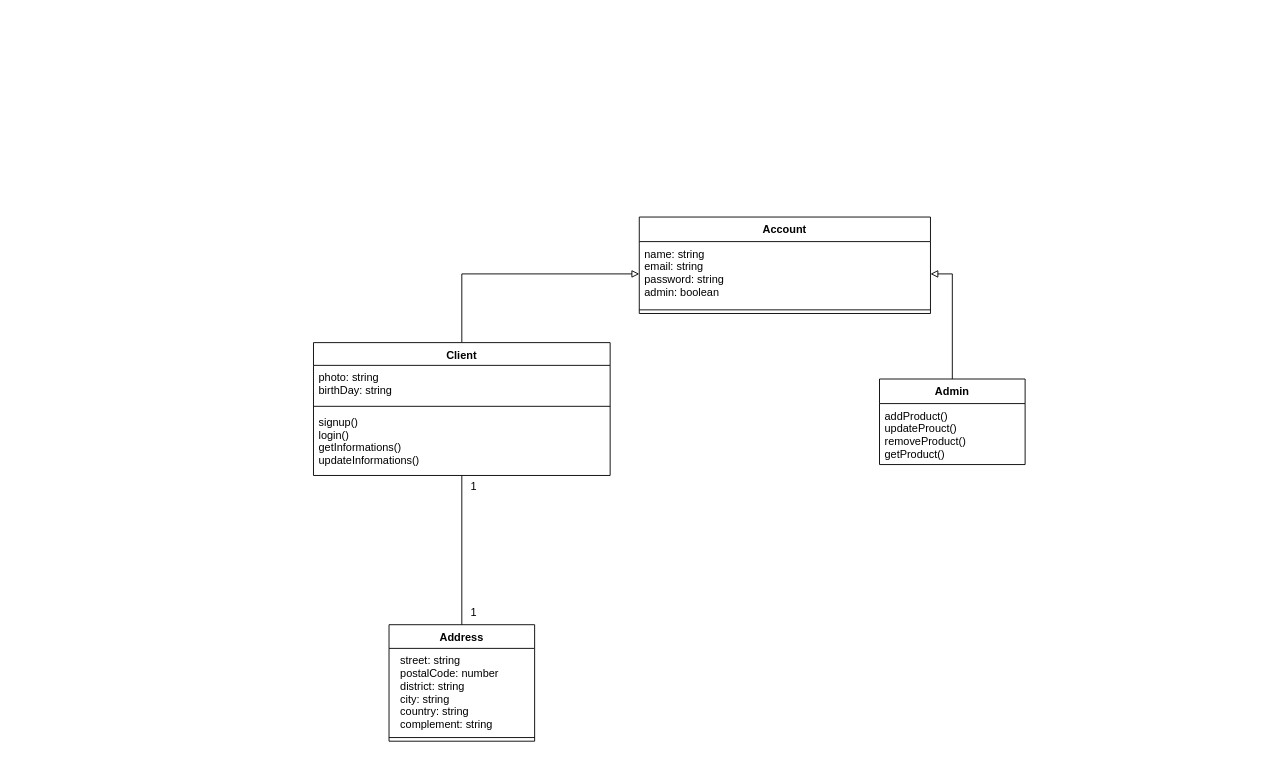
The draw.io diagram documentation/diagrams/class-diagram.drawio in vitinruas/_retroarcadestore-api, before the edit. Source tidied: cells renumbered, new cells numbered last; positions are measured from the earlier drawing's top-left corner, leaving out a move shared by most shapes. Both pictures are drawn from the tidied source at 91%, with x=0, y=0 at pixel (313, 217).
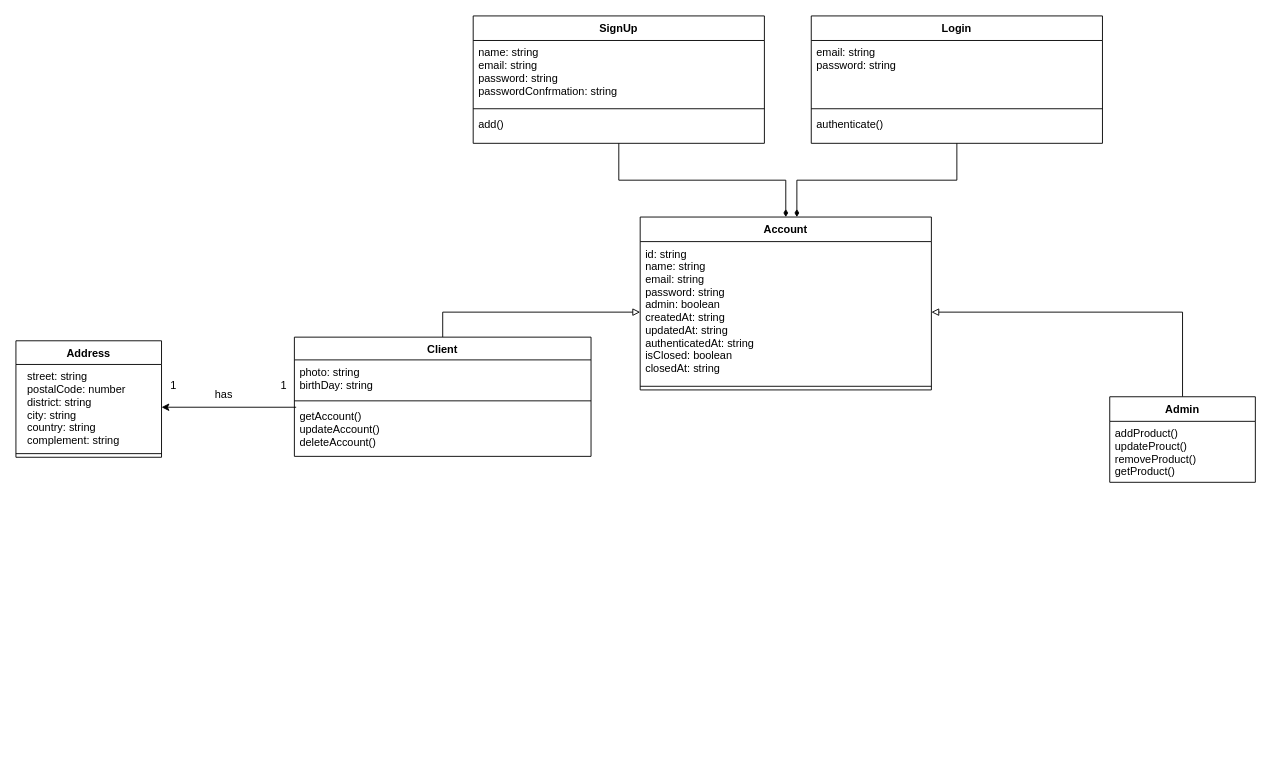
Above is the later version.

Unchanged cells that the change refers to:
```xml
<mxCell id="14" value="  street: string&#10;  postalCode: number&#10;  district: string&#10;  city: string&#10;  country: string&#10;  complement: string" style="text;strokeColor=none;fillColor=none;align=left;verticalAlign=top;spacingLeft=4;spacingRight=4;overflow=hidden;points=[[0,0.5],[1,0.5]];portConstraint=eastwest;" parent="13" vertex="1">
  <mxGeometry y="26" width="160" height="94" as="geometry" />
</mxCell>
```

The edit, as a diff of the source:
```diff
@@
     <mxCell id="2" value="Account" style="swimlane;fontStyle=1;align=center;verticalAlign=top;horizontal=1;startSize=27;" parent="1" vertex="1">
-      <mxGeometry x="358" width="320" height="106" as="geometry" />
+      <mxGeometry x="359" width="320" height="190" as="geometry" />
     </mxCell>
-    <mxCell id="3" value="name: string&#10;email: string&#10;password: string&#10;admin: boolean" style="text;strokeColor=none;fillColor=none;align=left;verticalAlign=top;spacingLeft=4;spacingRight=4;overflow=hidden;points=[[0,0.5],[1,0.5]];portConstraint=eastwest;" parent="2" vertex="1">
-      <mxGeometry y="27" width="320" height="71" as="geometry" />
+    <mxCell id="3" value="id: string&#10;name: string&#10;email: string&#10;password: string&#10;admin: boolean&#10;createdAt: string&#10;updatedAt: string&#10;authenticatedAt: string&#10;isClosed: boolean&#10;closedAt: string&#10;" style="text;strokeColor=none;fillColor=none;align=left;verticalAlign=top;spacingLeft=4;spacingRight=4;overflow=hidden;points=[[0,0.5],[1,0.5]];portConstraint=eastwest;" parent="2" vertex="1">
+      <mxGeometry y="27" width="320" height="155" as="geometry" />
     </mxCell>
     <mxCell id="4" style="line;strokeWidth=1;fillColor=none;align=left;verticalAlign=middle;spacingTop=-1;spacingLeft=3;spacingRight=3;labelPosition=right;" parent="2" vertex="1">
-      <mxGeometry y="98" width="320" height="8" as="geometry" />
+      <mxGeometry y="182" width="320" height="8" as="geometry" />
     </mxCell>
-    <mxCell id="5" style="edgeStyle=orthogonalEdgeStyle;rounded=0;jettySize=auto;html=1;entryX=0;entryY=0.5;entryDx=0;entryDy=0;endArrow=block;endFill=0;" parent="1" edge="1" source="6" target="3">
+    <mxCell id="5" style="edgeStyle=orthogonalEdgeStyle;rounded=0;jettySize=auto;html=1;entryX=0;entryY=0.5;entryDx=0;entryDy=0;endArrow=block;endFill=0;exitX=0.5;exitY=0;exitDx=0;exitDy=0;" parent="1" edge="1" source="6" target="3">
       <mxGeometry relative="1" as="geometry" />
     </mxCell>
     <mxCell id="6" value="Client" style="swimlane;fontStyle=1;align=center;verticalAlign=top;horizontal=1;startSize=25;" parent="1" vertex="1">
-      <mxGeometry y="138" width="326" height="146" as="geometry" />
+      <mxGeometry x="-21" y="132" width="326" height="131" as="geometry" />
     </mxCell>
@@
-    <mxCell id="9" value="signup()&#10;login()&#10;getInformations()&#10;updateInformations()" style="text;strokeColor=none;fillColor=none;align=left;verticalAlign=top;spacingLeft=4;spacingRight=4;overflow=hidden;points=[[0,0.5],[1,0.5]];portConstraint=eastwest;" parent="6" vertex="1">
-      <mxGeometry y="74" width="326" height="72" as="geometry" />
+    <mxCell id="9" value="getAccount()&#10;updateAccount()&#10;deleteAccount()" style="text;strokeColor=none;fillColor=none;align=left;verticalAlign=top;spacingLeft=4;spacingRight=4;overflow=hidden;points=[[0,0.5],[1,0.5]];portConstraint=eastwest;" parent="6" vertex="1">
+      <mxGeometry y="74" width="326" height="57" as="geometry" />
     </mxCell>
@@
     <mxCell id="11" value="Admin" style="swimlane;fontStyle=1;align=center;verticalAlign=top;horizontal=1;startSize=27;" parent="1" vertex="1">
-      <mxGeometry x="622" y="178" width="160" height="94" as="geometry" />
+      <mxGeometry x="875" y="197.5" width="160" height="94" as="geometry" />
     </mxCell>
-    <mxCell id="12" value="addProduct()&#10;updateProuct()&#10;removeProduct()&#10;getProduct()" style="text;strokeColor=none;fillColor=none;align=left;verticalAlign=top;spacingLeft=4;spacingRight=4;overflow=hidden;" parent="11" vertex="1">
+    <mxCell id="12" value="addProduct()&#10;updateProuct()&#10;removeProduct()&#10;getProduct()&#10;" style="text;strokeColor=none;fillColor=none;align=left;verticalAlign=top;spacingLeft=4;spacingRight=4;overflow=hidden;" parent="11" vertex="1">
       <mxGeometry y="27" width="160" height="67" as="geometry" />
     </mxCell>
     <mxCell id="13" value="Address" style="swimlane;fontStyle=1;align=center;verticalAlign=top;horizontal=1;startSize=26;" parent="1" vertex="1">
-      <mxGeometry x="83" y="448" width="160" height="128" as="geometry" />
+      <mxGeometry x="-327" y="136" width="160" height="128" as="geometry" />
     </mxCell>
@@
-    <mxCell id="16" style="edgeStyle=orthogonalEdgeStyle;rounded=0;jettySize=auto;html=1;entryX=0.5;entryY=0;entryDx=0;entryDy=0;endArrow=none;endFill=0;exitX=0.5;exitY=1;exitDx=0;exitDy=0;" parent="1" edge="1" source="6" target="13">
+    <mxCell id="16" style="edgeStyle=orthogonalEdgeStyle;rounded=0;jettySize=auto;html=1;entryX=1;entryY=0.5;entryDx=0;entryDy=0;endArrow=classic;endFill=1;exitX=0.006;exitY=0.053;exitDx=0;exitDy=0;exitPerimeter=0;startArrow=none;startFill=0;" parent="1" edge="1" source="9" target="14">
       <mxGeometry relative="1" as="geometry" />
     </mxCell>
     <mxCell id="17" value="1" style="text;html=1;align=center;verticalAlign=middle;strokeColor=none;fillColor=none;" parent="1" vertex="1">
-      <mxGeometry x="163" y="422" width="25" height="26" as="geometry" />
+      <mxGeometry x="-167" y="171.5" width="25" height="26" as="geometry" />
     </mxCell>
+    <mxCell id="19" style="edgeStyle=orthogonalEdgeStyle;rounded=0;jettySize=auto;html=1;entryX=0.5;entryY=0;entryDx=0;entryDy=0;endArrow=diamondThin;endFill=1;" parent="1" edge="1" source="20" target="2">
+      <mxGeometry relative="1" as="geometry" />
+    </mxCell>
+    <mxCell id="20" value="SignUp" style="swimlane;fontStyle=1;align=center;verticalAlign=top;horizontal=1;startSize=27;" parent="1" vertex="1">
+      <mxGeometry x="175.5" y="-221" width="320" height="140" as="geometry" />
+    </mxCell>
+    <mxCell id="21" value="name: string&#10;email: string&#10;password: string&#10;passwordConfrmation: string" style="text;strokeColor=none;fillColor=none;align=left;verticalAlign=top;spacingLeft=4;spacingRight=4;overflow=hidden;" parent="20" vertex="1">
+      <mxGeometry y="27" width="320" height="71" as="geometry" />
+    </mxCell>
+    <mxCell id="22" style="line;strokeWidth=1;fillColor=none;align=left;verticalAlign=middle;spacingTop=-1;spacingLeft=3;spacingRight=3;labelPosition=right;" parent="20" vertex="1">
+      <mxGeometry y="98" width="320" height="8" as="geometry" />
+    </mxCell>
+    <mxCell id="23" value="add()" style="text;strokeColor=none;fillColor=none;align=left;verticalAlign=top;spacingLeft=4;spacingRight=4;overflow=hidden;" parent="20" vertex="1">
+      <mxGeometry y="106" width="320" height="34" as="geometry" />
+    </mxCell>
+    <mxCell id="24" style="edgeStyle=orthogonalEdgeStyle;rounded=0;jettySize=auto;html=1;entryX=0.538;entryY=0;entryDx=0;entryDy=0;entryPerimeter=0;endArrow=diamondThin;endFill=1;" parent="1" edge="1" source="25" target="2">
+      <mxGeometry relative="1" as="geometry" />
+    </mxCell>
+    <mxCell id="25" value="Login" style="swimlane;fontStyle=1;align=center;verticalAlign=top;horizontal=1;startSize=27;" parent="1" vertex="1">
+      <mxGeometry x="547" y="-221" width="320" height="140" as="geometry" />
+    </mxCell>
+    <mxCell id="26" value="email: string&#10;password: string" style="text;strokeColor=none;fillColor=none;align=left;verticalAlign=top;spacingLeft=4;spacingRight=4;overflow=hidden;" parent="25" vertex="1">
+      <mxGeometry y="27" width="320" height="71" as="geometry" />
+    </mxCell>
+    <mxCell id="27" style="line;strokeWidth=1;fillColor=none;align=left;verticalAlign=middle;spacingTop=-1;spacingLeft=3;spacingRight=3;labelPosition=right;" parent="25" vertex="1">
+      <mxGeometry y="98" width="320" height="8" as="geometry" />
+    </mxCell>
+    <mxCell id="28" value="authenticate()" style="text;strokeColor=none;fillColor=none;align=left;verticalAlign=top;spacingLeft=4;spacingRight=4;overflow=hidden;" parent="25" vertex="1">
+      <mxGeometry y="106" width="320" height="34" as="geometry" />
+    </mxCell>
     <mxCell id="18" value="1" style="text;html=1;align=center;verticalAlign=middle;strokeColor=none;fillColor=none;" parent="1" vertex="1">
-      <mxGeometry x="163" y="284" width="25" height="26" as="geometry" />
+      <mxGeometry x="-46" y="172" width="25" height="26" as="geometry" />
     </mxCell>
+    <mxCell id="29" value="has" style="text;html=1;align=left;verticalAlign=top;spacingTop=-4;" parent="1" vertex="1">
+      <mxGeometry x="-110" y="185" width="29" height="14" as="geometry" />
+    </mxCell>
```
